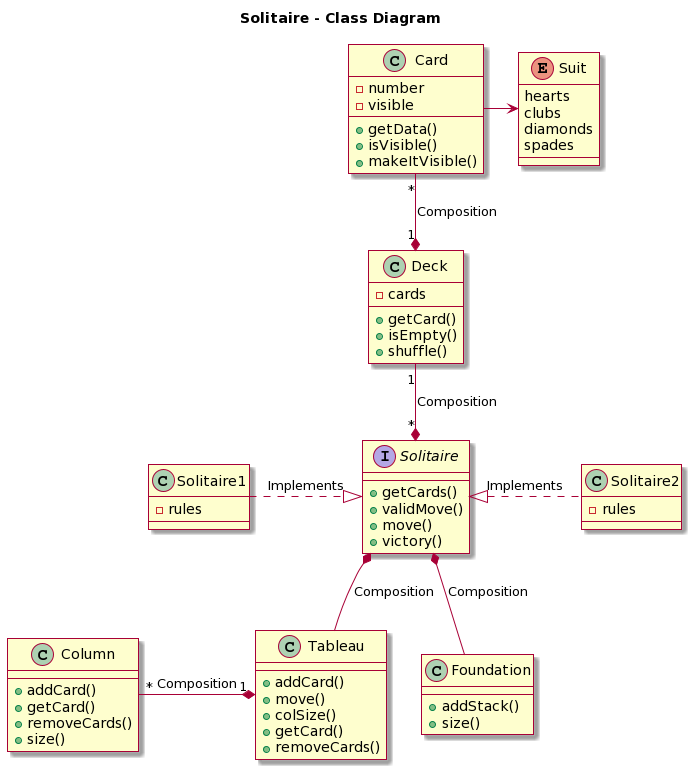
This is doc/uml/classDiag.png from Sh4rkzDev/Solitaire, a PlantUML export, as it was before one commit.
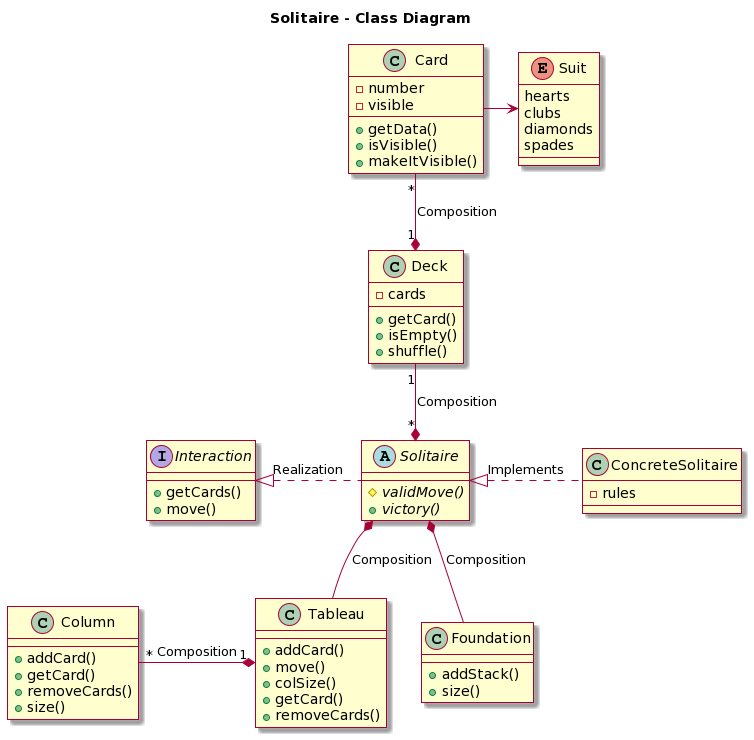
After the commit.

Commit message:
Updating Class Diagram

The edit, as a diff of the source:
```diff
@@ -25,11 +25,14 @@
 	+ shuffle()
 }
 
-interface Solitaire {
-	+ getCards()
-  + validMove()
-	+ move()
-  + victory()
+abstract class Solitaire {
+  # {abstract} validMove()
+  + {abstract} victory()
+}
+
+interface Interaction {
+  + getCards()
+  + move()
 }
 
 class Column {
@@ -52,11 +55,7 @@
   + size()
 }
 
-class Solitaire1 {
-  - rules
-}
-
-class Solitaire2 {
+class ConcreteSolitaire {
   - rules
 }
 
@@ -66,7 +65,7 @@
 Solitaire "*" *-up- "1" Deck: Composition
 Solitaire *-- Tableau: Composition
 Solitaire *-- Foundation: Composition
+Solitaire ..left|> Interaction: Realization
 Tableau "1" *-left- "*" Column: Composition
-Solitaire1 ..right|> Solitaire: Implements
-Solitaire2 ..left|> Solitaire: Implements
+ConcreteSolitaire ..left|> Solitaire: Implements
 @enduml
```
